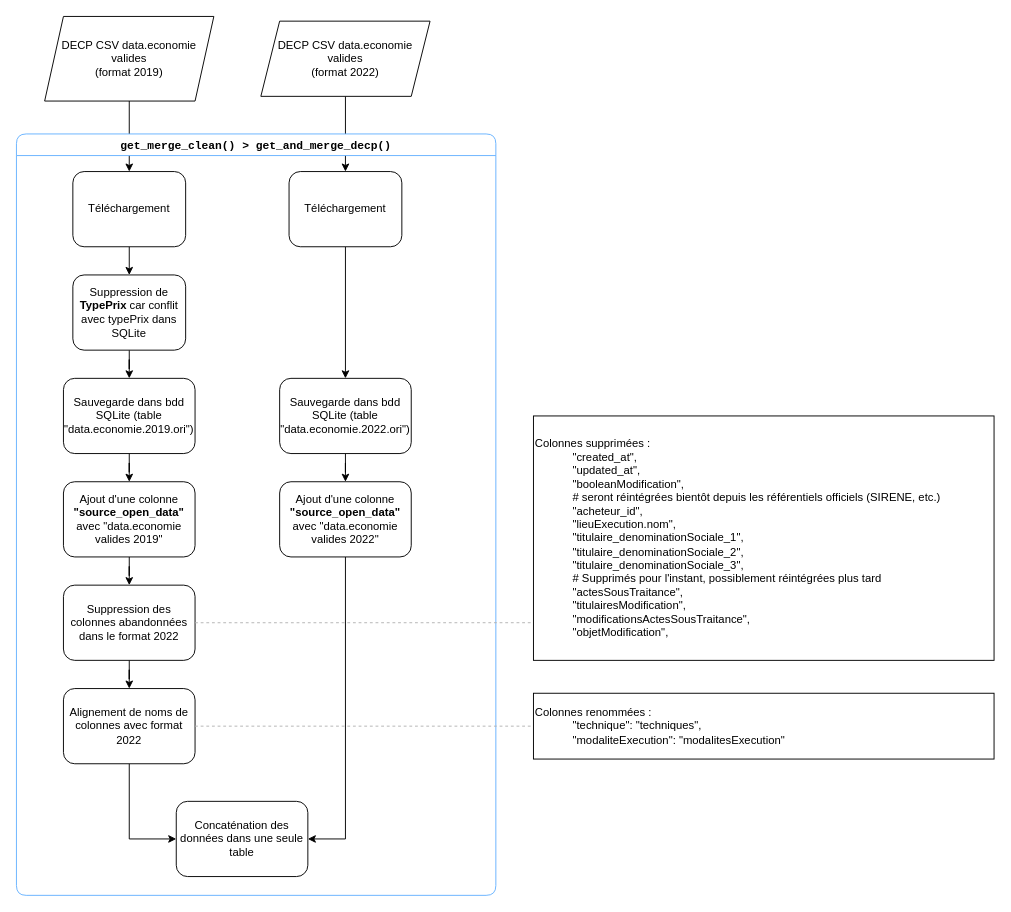
Earlier version of the draw.io diagram drawings/processing.drawio (ElyotL/decp-processing). Source tidied: cells renumbered, new cells numbered last; positions are measured from the earlier drawing's top-left corner, leaving out a move shared by most shapes. Both pictures are drawn from the tidied source at 94%, with x=0, y=0 at pixel (16, 16).
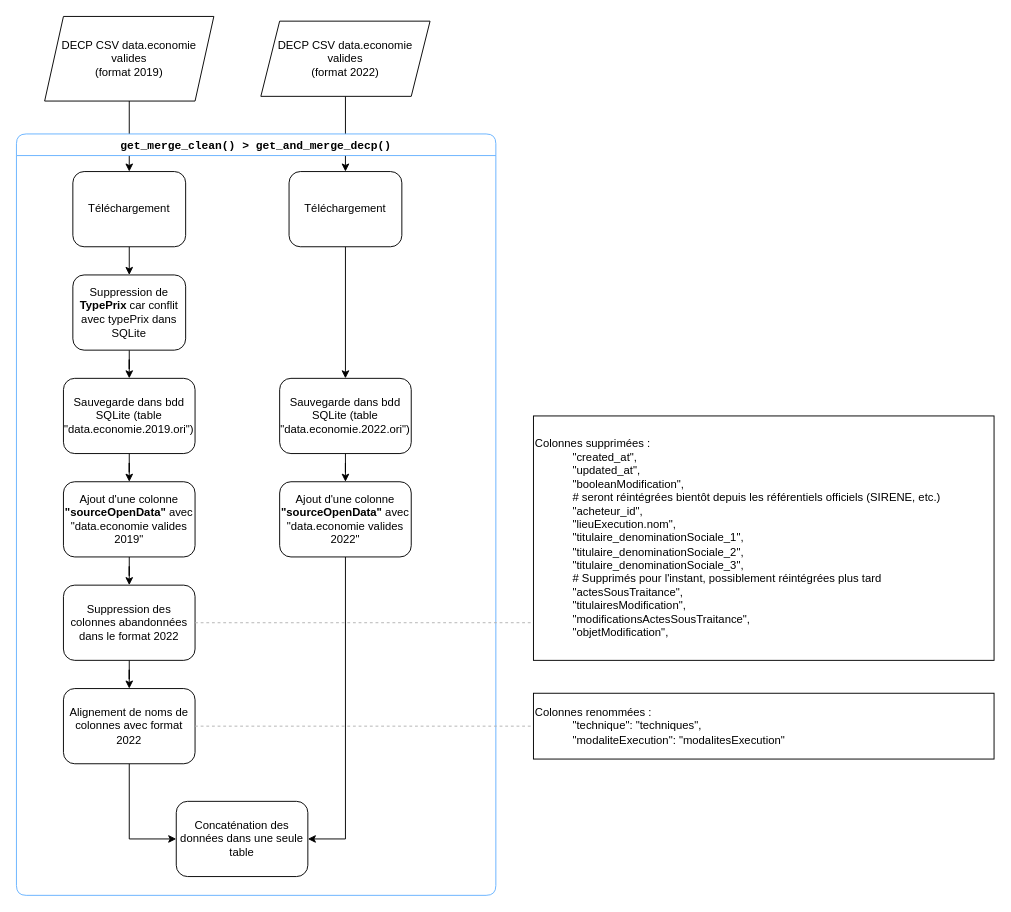
The same page after the edit.

Unchanged cells that the change refers to:
```xml
<mxCell id="10" value="&lt;font face=&quot;Courier New&quot;&gt;get_merge_clean() &amp;gt; get_and_merge_decp()&lt;/font&gt;" style="swimlane;whiteSpace=wrap;html=1;rounded=1;shadow=0;strokeColor=#66B2FF;strokeWidth=1;align=center;verticalAlign=middle;fontFamily=Helvetica;fontSize=12;fontColor=default;labelBackgroundColor=none;fillColor=default;" parent="1" vertex="1">
  <mxGeometry y="125" width="510" height="810" as="geometry" />
</mxCell>
```

Change to the diagram source:
```diff
@@
-    <mxCell id="18" value="Ajout d'une colonne &lt;b&gt;&quot;source_open_data&quot;&lt;/b&gt; avec &quot;data.economie valides 2019&quot;" style="rounded=1;whiteSpace=wrap;html=1;shadow=0;labelBackgroundColor=none;strokeWidth=1;fontFamily=Helvetica;fontSize=12;align=center;strokeColor=default;verticalAlign=middle;fontColor=default;fillColor=default;" parent="10" vertex="1">
+    <mxCell id="18" value="Ajout d'une colonne &lt;b&gt;&quot;sourceOpenData&quot;&lt;/b&gt; avec &quot;data.economie valides 2019&quot;" style="rounded=1;whiteSpace=wrap;html=1;shadow=0;labelBackgroundColor=none;strokeWidth=1;fontFamily=Helvetica;fontSize=12;align=center;strokeColor=default;verticalAlign=middle;fontColor=default;fillColor=default;" parent="10" vertex="1">
       <mxGeometry x="50" y="370" width="140" height="80" as="geometry" />
     </mxCell>
@@
-    <mxCell id="20" value="Ajout d'une colonne &lt;b&gt;&quot;source_open_data&quot;&lt;/b&gt; avec &quot;data.economie valides 2022&quot;" style="rounded=1;whiteSpace=wrap;html=1;shadow=0;labelBackgroundColor=none;strokeWidth=1;fontFamily=Helvetica;fontSize=12;align=center;strokeColor=default;verticalAlign=middle;fontColor=default;fillColor=default;" parent="10" vertex="1">
+    <mxCell id="20" value="Ajout d'une colonne &lt;b&gt;&quot;sourceOpenData&quot;&lt;/b&gt; avec &quot;data.economie valides 2022&quot;" style="rounded=1;whiteSpace=wrap;html=1;shadow=0;labelBackgroundColor=none;strokeWidth=1;fontFamily=Helvetica;fontSize=12;align=center;strokeColor=default;verticalAlign=middle;fontColor=default;fillColor=default;" parent="10" vertex="1">
       <mxGeometry x="280" y="370" width="140" height="80" as="geometry" />
     </mxCell>
```
